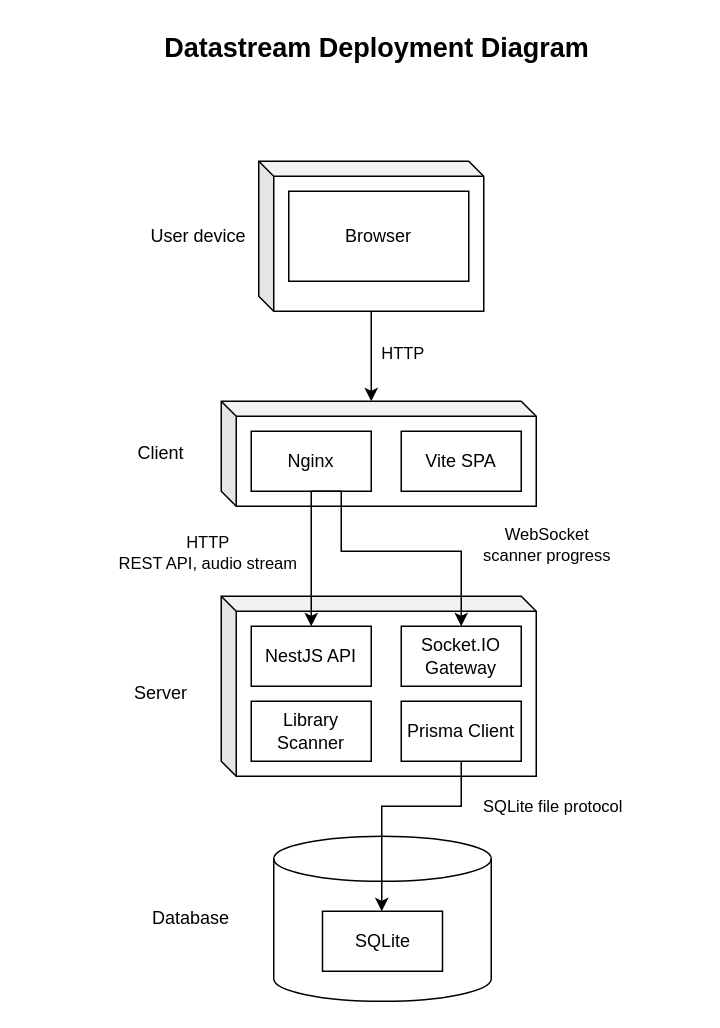
Above: docs/deployment-diagram.drawio in SneakySelderey/Datastream (draw.io), before the change. Source tidied: cells renumbered, new cells numbered last; positions are measured from the earlier drawing's top-left corner, leaving out a move shared by most shapes. Both pictures are drawn from the tidied source at 150%, with x=0, y=0 at pixel (70, 26).
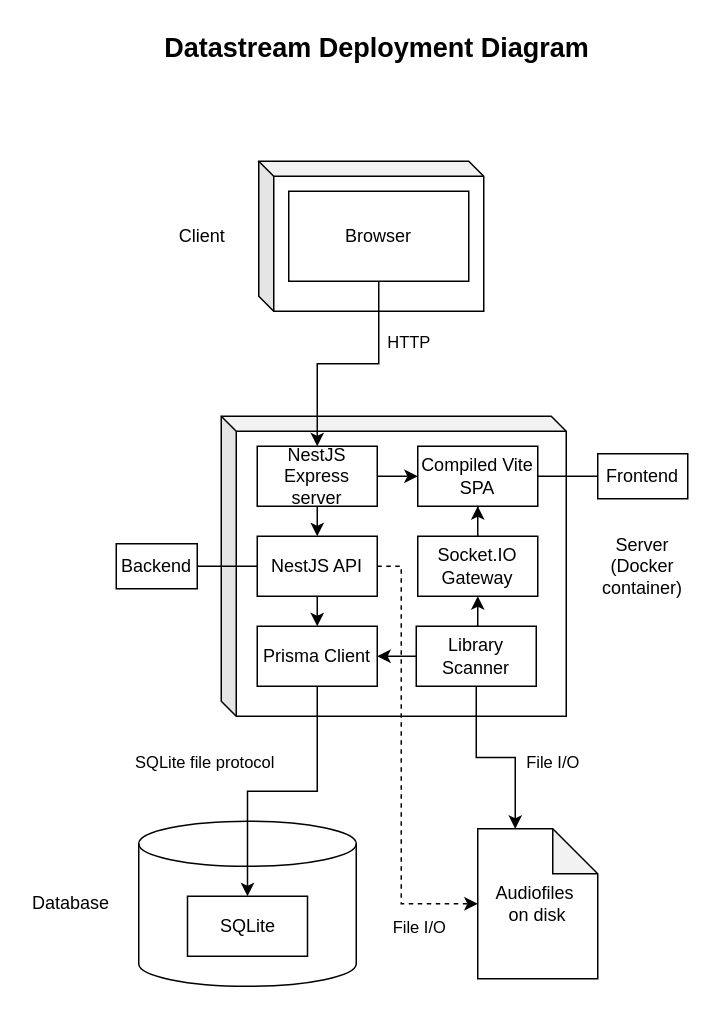
Above is the later version.

Commit message (it also covers changes not shown here):
docs: update deployment diagram

Unchanged cells that the change refers to:
```xml
<mxCell id="4" style="shape=cube;whiteSpace=wrap;html=1;boundedLbl=1;backgroundOutline=1;darkOpacity=0.05;darkOpacity2=0.1;direction=east;size=10;" parent="1" vertex="1">
  <mxGeometry x="125" y="90" width="150" height="100" as="geometry" />
</mxCell>
<mxCell id="5" value="Browser" style="rounded=0;whiteSpace=wrap;html=1;" parent="1" vertex="1">
  <mxGeometry x="145" y="110" width="120" height="60" as="geometry" />
</mxCell>
```

What changed in the source:
```diff
@@
-    <mxCell id="3" value="User device" style="text;html=1;whiteSpace=wrap;strokeColor=none;fillColor=none;align=center;verticalAlign=middle;rounded=0;" parent="1" vertex="1">
-      <mxGeometry x="25" y="125" width="120" height="30" as="geometry" />
+    <mxCell id="3" value="&lt;div&gt;Client&lt;/div&gt;" style="text;html=1;whiteSpace=wrap;strokeColor=none;fillColor=none;align=center;verticalAlign=middle;rounded=0;" parent="1" vertex="1">
+      <mxGeometry x="60" y="125" width="55" height="30" as="geometry" />
     </mxCell>
@@
-    <mxCell id="6" value="Client" style="text;html=1;whiteSpace=wrap;strokeColor=none;fillColor=none;align=center;verticalAlign=middle;rounded=0;" parent="1" vertex="1">
-      <mxGeometry y="270" width="120" height="30" as="geometry" />
+    <mxCell id="6" value="Frontend" style="text;html=1;whiteSpace=wrap;strokeColor=default;fillColor=none;align=center;verticalAlign=middle;rounded=0;" parent="1" vertex="1">
+      <mxGeometry x="351" y="285" width="60" height="30" as="geometry" />
     </mxCell>
-    <mxCell id="7" style="shape=cube;whiteSpace=wrap;html=1;boundedLbl=1;backgroundOutline=1;darkOpacity=0.05;darkOpacity2=0.1;direction=east;size=10;" parent="1" vertex="1">
-      <mxGeometry x="100" y="250" width="210" height="70" as="geometry" />
-    </mxCell>
-    <mxCell id="8" value="Nginx" style="rounded=0;whiteSpace=wrap;html=1;" parent="1" vertex="1">
-      <mxGeometry x="120" y="270" width="80" height="40" as="geometry" />
-    </mxCell>
-    <mxCell id="9" value="&lt;div&gt;Vite SPA&lt;/div&gt;" style="rounded=0;whiteSpace=wrap;html=1;" parent="1" vertex="1">
-      <mxGeometry x="220" y="270" width="80" height="40" as="geometry" />
-    </mxCell>
-    <mxCell id="10" style="edgeStyle=orthogonalEdgeStyle;rounded=0;jettySize=auto;html=1;entryX=0;entryY=0;entryDx=100;entryDy=0;entryPerimeter=0;" parent="1" edge="1" source="4" target="7">
-      <mxGeometry relative="1" as="geometry" />
-    </mxCell>
-    <mxCell id="11" value="&lt;div&gt;HTTP&lt;/div&gt;" style="edgeLabel;html=1;align=center;verticalAlign=middle;" parent="10" vertex="1">
-      <mxGeometry x="-0.09" y="1" relative="1" as="geometry">
-        <mxPoint x="19" as="offset" />
-      </mxGeometry>
-    </mxCell>
-    <mxCell id="12" value="&lt;div&gt;Server&lt;/div&gt;" style="text;html=1;whiteSpace=wrap;strokeColor=none;fillColor=none;align=center;verticalAlign=middle;rounded=0;" parent="1" vertex="1">
-      <mxGeometry y="430" width="120" height="30" as="geometry" />
+    <mxCell id="12" value="Backend" style="text;html=1;whiteSpace=wrap;strokeColor=default;fillColor=none;align=center;verticalAlign=middle;rounded=0;" parent="1" vertex="1">
+      <mxGeometry x="30" y="345" width="54" height="30" as="geometry" />
     </mxCell>
     <mxCell id="13" style="shape=cube;whiteSpace=wrap;html=1;boundedLbl=1;backgroundOutline=1;darkOpacity=0.05;darkOpacity2=0.1;direction=east;size=10;" parent="1" vertex="1">
-      <mxGeometry x="100" y="380" width="210" height="120" as="geometry" />
+      <mxGeometry x="100" y="260" width="230" height="200" as="geometry" />
     </mxCell>
+    <mxCell id="27" style="edgeStyle=orthogonalEdgeStyle;rounded=0;jettySize=auto;html=1;exitX=0.5;exitY=1;exitDx=0;exitDy=0;entryX=0.5;entryY=0;entryDx=0;entryDy=0;" parent="1" edge="1" source="14" target="17">
+      <mxGeometry relative="1" as="geometry" />
+    </mxCell>
     <mxCell id="14" value="NestJS API" style="rounded=0;whiteSpace=wrap;html=1;" parent="1" vertex="1">
-      <mxGeometry x="120" y="400" width="80" height="40" as="geometry" />
+      <mxGeometry x="124" y="340" width="80" height="40" as="geometry" />
     </mxCell>
+    <mxCell id="28" style="edgeStyle=orthogonalEdgeStyle;rounded=0;jettySize=auto;html=1;exitX=0.5;exitY=0;exitDx=0;exitDy=0;" parent="1" edge="1" source="15" target="9">
+      <mxGeometry relative="1" as="geometry" />
+    </mxCell>
     <mxCell id="15" value="&lt;div&gt;Socket.IO Gateway&lt;/div&gt;" style="rounded=0;whiteSpace=wrap;html=1;" parent="1" vertex="1">
-      <mxGeometry x="220" y="400" width="80" height="40" as="geometry" />
+      <mxGeometry x="231" y="340" width="80" height="40" as="geometry" />
     </mxCell>
+    <mxCell id="29" style="edgeStyle=orthogonalEdgeStyle;rounded=0;jettySize=auto;html=1;exitX=0;exitY=0.5;exitDx=0;exitDy=0;entryX=1;entryY=0.5;entryDx=0;entryDy=0;" parent="1" edge="1" source="16" target="17">
+      <mxGeometry relative="1" as="geometry" />
+    </mxCell>
+    <mxCell id="30" style="edgeStyle=orthogonalEdgeStyle;rounded=0;jettySize=auto;html=1;exitX=0.5;exitY=0;exitDx=0;exitDy=0;entryX=0.5;entryY=1;entryDx=0;entryDy=0;" parent="1" edge="1" source="16" target="15">
+      <mxGeometry relative="1" as="geometry" />
+    </mxCell>
     <mxCell id="16" value="Library Scanner" style="rounded=0;whiteSpace=wrap;html=1;" parent="1" vertex="1">
-      <mxGeometry x="120" y="450" width="80" height="40" as="geometry" />
+      <mxGeometry x="230" y="400" width="80" height="40" as="geometry" />
     </mxCell>
     <mxCell id="17" value="&lt;div&gt;Prisma Client&lt;/div&gt;" style="rounded=0;whiteSpace=wrap;html=1;" parent="1" vertex="1">
-      <mxGeometry x="220" y="450" width="80" height="40" as="geometry" />
+      <mxGeometry x="124" y="400" width="80" height="40" as="geometry" />
     </mxCell>
-    <mxCell id="18" style="edgeStyle=orthogonalEdgeStyle;rounded=0;jettySize=auto;html=1;entryX=0.5;entryY=0;entryDx=0;entryDy=0;" parent="1" edge="1" source="8" target="14">
-      <mxGeometry relative="1" as="geometry" />
-    </mxCell>
-    <mxCell id="19" value="&lt;div&gt;HTTP&lt;/div&gt;&lt;div&gt;REST API, audio stream&lt;/div&gt;" style="edgeLabel;html=1;align=center;verticalAlign=middle;" parent="18" vertex="1">
-      <mxGeometry x="-0.11" relative="1" as="geometry">
-        <mxPoint x="-70" as="offset" />
-      </mxGeometry>
-    </mxCell>
-    <mxCell id="20" style="edgeStyle=orthogonalEdgeStyle;rounded=0;jettySize=auto;html=1;exitX=0.5;exitY=1;exitDx=0;exitDy=0;" parent="1" edge="1" source="8" target="15">
-      <mxGeometry relative="1" as="geometry">
-        <Array as="points">
-          <mxPoint x="180" y="310" />
-          <mxPoint x="180" y="350" />
-          <mxPoint x="260" y="350" />
-        </Array>
-      </mxGeometry>
-    </mxCell>
-    <mxCell id="21" value="&lt;div&gt;WebSocket&lt;/div&gt;&lt;div&gt;scanner progress&lt;/div&gt;" style="edgeLabel;html=1;align=center;verticalAlign=middle;" parent="20" vertex="1">
-      <mxGeometry x="0.03" y="3" relative="1" as="geometry">
-        <mxPoint x="98" y="-2" as="offset" />
-      </mxGeometry>
-    </mxCell>
     <mxCell id="22" style="shape=cylinder3;whiteSpace=wrap;html=1;boundedLbl=1;backgroundOutline=1;size=15;" parent="1" vertex="1">
-      <mxGeometry x="135" y="540" width="145" height="110" as="geometry" />
+      <mxGeometry x="45" y="530" width="145" height="110" as="geometry" />
     </mxCell>
     <mxCell id="23" value="&lt;div&gt;Database&lt;/div&gt;" style="text;html=1;whiteSpace=wrap;strokeColor=none;fillColor=none;align=center;verticalAlign=middle;rounded=0;" parent="1" vertex="1">
-      <mxGeometry x="50" y="580" width="60" height="30" as="geometry" />
+      <mxGeometry x="-30" y="570" width="60" height="30" as="geometry" />
     </mxCell>
     <mxCell id="24" value="SQLite" style="rounded=0;whiteSpace=wrap;html=1;" parent="1" vertex="1">
-      <mxGeometry x="167.5" y="590" width="80" height="40" as="geometry" />
+      <mxGeometry x="77.5" y="580" width="80" height="40" as="geometry" />
     </mxCell>
+    <mxCell id="9" value="&lt;div&gt;Compiled Vite SPA&lt;/div&gt;" style="rounded=0;whiteSpace=wrap;html=1;" parent="1" vertex="1">
+      <mxGeometry x="231" y="280" width="80" height="40" as="geometry" />
+    </mxCell>
+    <mxCell id="31" style="edgeStyle=orthogonalEdgeStyle;rounded=0;jettySize=auto;html=1;exitX=1;exitY=0.5;exitDx=0;exitDy=0;entryX=0;entryY=0.5;entryDx=0;entryDy=0;" parent="1" edge="1" source="33" target="9">
+      <mxGeometry relative="1" as="geometry" />
+    </mxCell>
+    <mxCell id="32" style="edgeStyle=orthogonalEdgeStyle;rounded=0;jettySize=auto;html=1;exitX=0.5;exitY=1;exitDx=0;exitDy=0;entryX=0.5;entryY=0;entryDx=0;entryDy=0;" parent="1" edge="1" source="33" target="14">
+      <mxGeometry relative="1" as="geometry" />
+    </mxCell>
+    <mxCell id="33" value="NestJS Express server" style="rounded=0;whiteSpace=wrap;html=1;" parent="1" vertex="1">
+      <mxGeometry x="124" y="280" width="80" height="40" as="geometry" />
+    </mxCell>
+    <mxCell id="10" style="edgeStyle=orthogonalEdgeStyle;rounded=0;jettySize=auto;html=1;exitX=0.5;exitY=1;exitDx=0;exitDy=0;" parent="1" edge="1" source="5" target="33">
+      <mxGeometry relative="1" as="geometry" />
+    </mxCell>
+    <mxCell id="11" value="&lt;div&gt;HTTP&lt;/div&gt;" style="edgeLabel;html=1;align=center;verticalAlign=middle;" parent="10" vertex="1">
+      <mxGeometry x="-0.09" y="1" relative="1" as="geometry">
+        <mxPoint x="33" y="-16" as="offset" />
+      </mxGeometry>
+    </mxCell>
+    <mxCell id="34" style="edgeStyle=orthogonalEdgeStyle;rounded=0;jettySize=auto;html=1;exitX=1;exitY=0.5;exitDx=0;exitDy=0;entryX=0;entryY=0.5;entryDx=0;entryDy=0;endArrow=none;endFill=0;" parent="1" edge="1" source="12" target="14">
+      <mxGeometry relative="1" as="geometry" />
+    </mxCell>
+    <mxCell id="35" style="edgeStyle=orthogonalEdgeStyle;rounded=0;jettySize=auto;html=1;exitX=0;exitY=0.5;exitDx=0;exitDy=0;endArrow=none;endFill=0;" parent="1" edge="1" source="6" target="9">
+      <mxGeometry relative="1" as="geometry" />
+    </mxCell>
+    <mxCell id="36" style="shape=note;whiteSpace=wrap;html=1;backgroundOutline=1;darkOpacity=0.05;" parent="1" vertex="1">
+      <mxGeometry x="271" y="535" width="80" height="100" as="geometry" />
+    </mxCell>
     <mxCell id="25" style="edgeStyle=orthogonalEdgeStyle;rounded=0;jettySize=auto;html=1;exitX=0.5;exitY=1;exitDx=0;exitDy=0;" parent="1" edge="1" source="17" target="24">
-      <mxGeometry relative="1" as="geometry">
-        <Array as="points">
-          <mxPoint x="260" y="520" />
-          <mxPoint x="207" y="520" />
-        </Array>
-      </mxGeometry>
+      <mxGeometry relative="1" as="geometry" />
     </mxCell>
-    <mxCell id="26" value="&lt;div&gt;SQLite file protocol&lt;/div&gt;" style="edgeLabel;html=1;align=center;verticalAlign=middle;" parent="25" vertex="1">
-      <mxGeometry x="-0.51" y="-1" relative="1" as="geometry">
-        <mxPoint x="67" as="offset" />
+    <mxCell id="26" value="SQLite file protocol" style="edgeLabel;html=1;align=center;verticalAlign=middle;" parent="25" vertex="1">
+      <mxGeometry x="-0.25" y="3" relative="1" as="geometry">
+        <mxPoint x="-76" y="-23" as="offset" />
       </mxGeometry>
     </mxCell>
+    <mxCell id="37" value="Audiofiles&amp;nbsp; on disk" style="text;html=1;whiteSpace=wrap;strokeColor=none;fillColor=none;align=center;verticalAlign=middle;rounded=0;" parent="1" vertex="1">
+      <mxGeometry x="276" y="570" width="70" height="30" as="geometry" />
+    </mxCell>
+    <mxCell id="38" style="edgeStyle=orthogonalEdgeStyle;rounded=0;jettySize=auto;html=1;exitX=0.5;exitY=1;exitDx=0;exitDy=0;entryX=0;entryY=0;entryDx=25;entryDy=0;entryPerimeter=0;" parent="1" edge="1" source="16" target="36">
+      <mxGeometry relative="1" as="geometry" />
+    </mxCell>
+    <mxCell id="39" value="&lt;div&gt;File I/O&lt;/div&gt;" style="edgeLabel;html=1;align=center;verticalAlign=middle;" parent="38" vertex="1">
+      <mxGeometry x="0.15" y="-3" relative="1" as="geometry">
+        <mxPoint x="28" as="offset" />
+      </mxGeometry>
+    </mxCell>
+    <mxCell id="40" style="edgeStyle=orthogonalEdgeStyle;rounded=0;jettySize=auto;html=1;exitX=1;exitY=0.5;exitDx=0;exitDy=0;entryX=0;entryY=0.5;entryDx=0;entryDy=0;entryPerimeter=0;dashed=1;" parent="1" edge="1" source="14" target="36">
+      <mxGeometry relative="1" as="geometry">
+        <Array as="points">
+          <mxPoint x="220" y="360" />
+          <mxPoint x="220" y="585" />
+        </Array>
+      </mxGeometry>
+    </mxCell>
+    <mxCell id="41" value="&lt;div&gt;File I/O&lt;/div&gt;" style="edgeLabel;html=1;align=center;verticalAlign=middle;" parent="40" vertex="1">
+      <mxGeometry x="0.54" relative="1" as="geometry">
+        <mxPoint x="11" y="31" as="offset" />
+      </mxGeometry>
+    </mxCell>
+    <mxCell id="42" value="Server (Docker container)" style="text;html=1;whiteSpace=wrap;strokeColor=none;fillColor=none;align=center;verticalAlign=middle;rounded=0;" parent="1" vertex="1">
+      <mxGeometry x="346" y="335" width="70" height="50" as="geometry" />
+    </mxCell>
```
